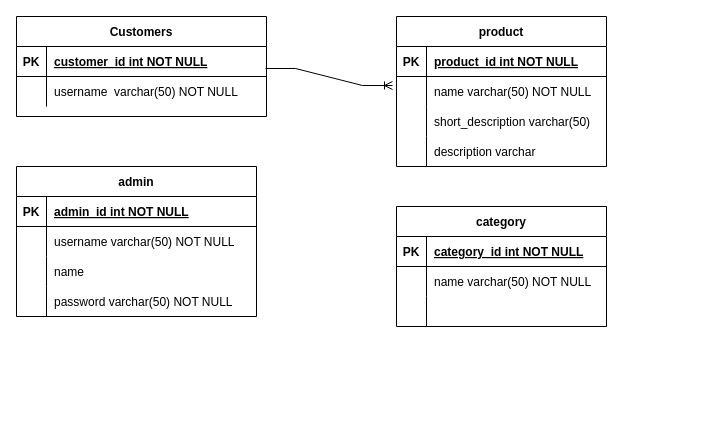
This is ecommerce.drawio from dcv-k/drawio, a draw.io file, before an edit. Source tidied: cells renumbered, new cells numbered last; positions are measured from the earlier drawing's top-left corner, leaving out a move shared by most shapes. Both pictures are drawn from the tidied source at 100%, with x=0, y=0 at pixel (16, 16).
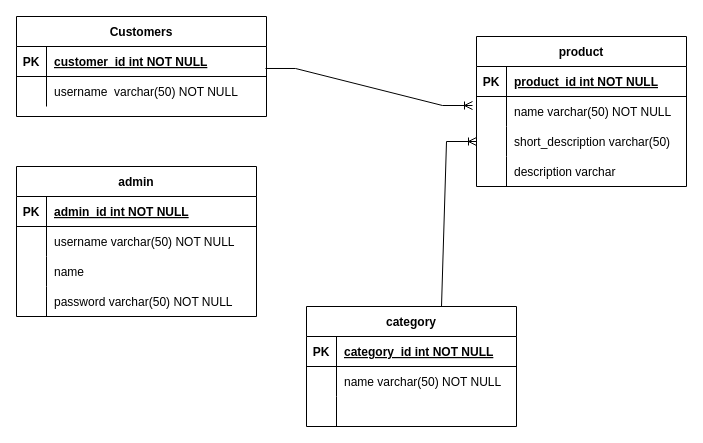
The same page after the edit.

Unchanged cells that the change refers to:
```xml
<mxCell id="16" style="shape=tableRow;horizontal=0;startSize=0;swimlaneHead=0;swimlaneBody=0;fillColor=none;points=[[0,0.5],[1,0.5]];portConstraint=eastwest;top=0;left=0;right=0;bottom=0;" parent="9" vertex="1">
  <mxGeometry y="90" width="210" height="30" as="geometry" />
</mxCell>
```

The edit, as a diff of the source:
```diff
@@
     <mxCell id="9" value="product" style="shape=table;startSize=30;childLayout=tableLayout;rowLines=0;fontStyle=1;align=center;" parent="1" vertex="1">
-      <mxGeometry x="380" width="210" height="150" as="geometry" />
+      <mxGeometry x="460" y="20" width="210" height="150" as="geometry" />
     </mxCell>
@@
     <mxCell id="36" value="category" style="shape=table;startSize=30;childLayout=tableLayout;rowLines=0;fontStyle=1;align=center;" parent="1" vertex="1">
-      <mxGeometry x="380" y="190" width="210" height="120" as="geometry" />
+      <mxGeometry x="290" y="290" width="210" height="120" as="geometry" />
     </mxCell>
@@
+    <mxCell id="46" style="edgeStyle=entityRelationEdgeStyle;fontSize=12;html=1;endArrow=ERoneToMany;rounded=0;entryX=0;entryY=0.5;entryDx=0;entryDy=0;exitX=0.5;exitY=0;exitDx=0;exitDy=0;" parent="1" edge="1" source="36" target="16">
+      <mxGeometry relative="1" as="geometry" />
+    </mxCell>
```
